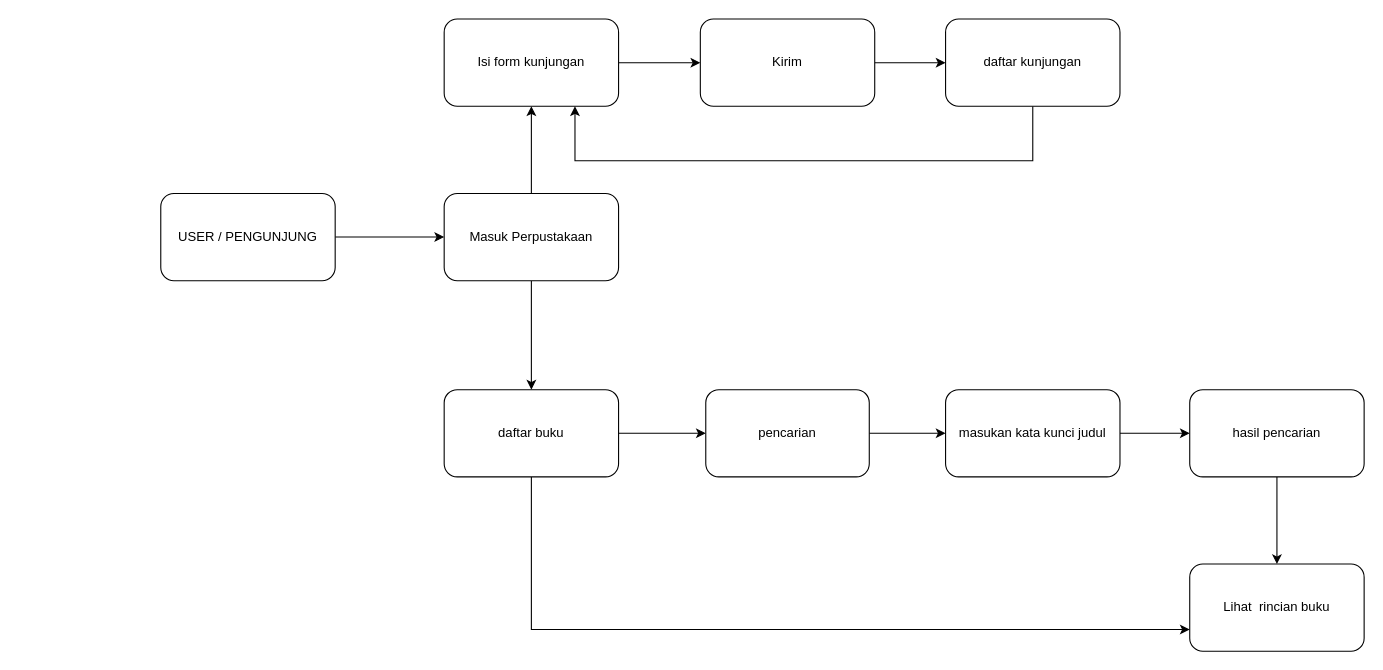
The draw.io diagram Untitled Diagram.drawio in Tejar456/tefa-perpusdigital, before the edit. Source tidied: cells renumbered, new cells numbered last; positions are measured from the earlier drawing's top-left corner, leaving out a move shared by most shapes. Both pictures are drawn from the tidied source at 109%, with x=0, y=0 at pixel (160, 19).
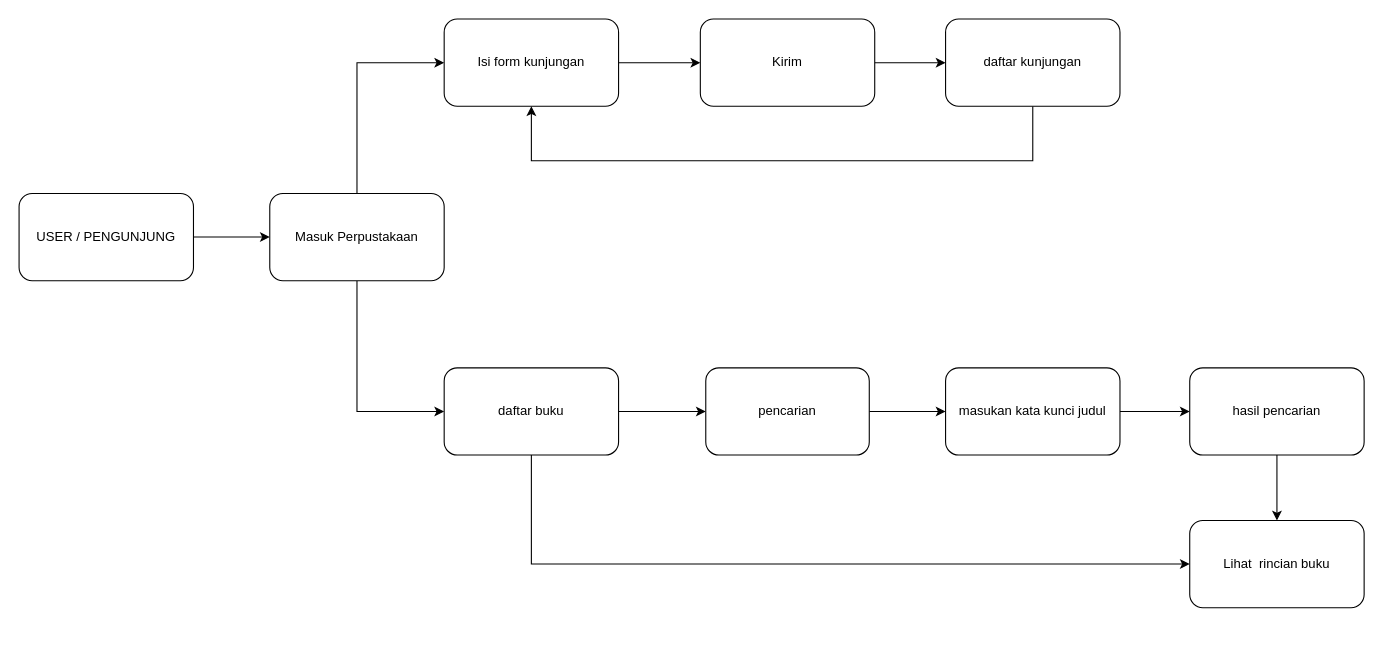
After the change.

The change refers to these unchanged cells:
```xml
<mxCell id="11" value="Isi form kunjungan" style="rounded=1;whiteSpace=wrap;html=1;" parent="1" vertex="1">
  <mxGeometry x="260" width="160" height="80" as="geometry" />
</mxCell>
<mxCell id="22" value="daftar kunjungan" style="rounded=1;whiteSpace=wrap;html=1;" parent="1" vertex="1">
  <mxGeometry x="720" width="160" height="80" as="geometry" />
</mxCell>
```

Change to the diagram source:
```diff
@@
     <mxCell id="3" value="USER / PENGUNJUNG" style="rounded=1;whiteSpace=wrap;html=1;" parent="1" vertex="1">
-      <mxGeometry y="160" width="160" height="80" as="geometry" />
+      <mxGeometry x="-130" y="160" width="160" height="80" as="geometry" />
     </mxCell>
+    <mxCell id="5" style="edgeStyle=orthogonalEdgeStyle;rounded=0;jettySize=auto;html=1;entryX=0;entryY=0.5;entryDx=0;entryDy=0;" parent="1" edge="1" source="6" target="9">
+      <mxGeometry relative="1" as="geometry" />
+    </mxCell>
-    <mxCell id="4" style="edgeStyle=orthogonalEdgeStyle;rounded=0;jettySize=auto;html=1;" parent="1" edge="1" source="6" target="11">
+    <mxCell id="4" style="edgeStyle=orthogonalEdgeStyle;rounded=0;jettySize=auto;html=1;entryX=0;entryY=0.5;entryDx=0;entryDy=0;" parent="1" edge="1" source="6" target="11">
       <mxGeometry relative="1" as="geometry" />
     </mxCell>
-    <mxCell id="5" style="edgeStyle=orthogonalEdgeStyle;rounded=0;jettySize=auto;html=1;exitX=0.5;exitY=1;exitDx=0;exitDy=0;entryX=0.5;entryY=0;entryDx=0;entryDy=0;" parent="1" edge="1" source="6" target="9">
-      <mxGeometry relative="1" as="geometry" />
-    </mxCell>
     <mxCell id="6" value="Masuk Perpustakaan" style="rounded=1;whiteSpace=wrap;html=1;" parent="1" vertex="1">
-      <mxGeometry x="260" y="160" width="160" height="80" as="geometry" />
+      <mxGeometry x="100" y="160" width="160" height="80" as="geometry" />
     </mxCell>
@@
-    <mxCell id="8" style="edgeStyle=orthogonalEdgeStyle;rounded=0;jettySize=auto;html=1;entryX=0;entryY=0.75;entryDx=0;entryDy=0;" parent="1" edge="1" source="9" target="18">
+    <mxCell id="8" style="edgeStyle=orthogonalEdgeStyle;rounded=0;jettySize=auto;html=1;entryX=0;entryY=0.5;entryDx=0;entryDy=0;" parent="1" edge="1" source="9" target="18">
       <mxGeometry relative="1" as="geometry">
         <Array as="points">
-          <mxPoint x="340" y="560" />
+          <mxPoint x="340" y="500" />
         </Array>
       </mxGeometry>
     </mxCell>
     <mxCell id="9" value="daftar buku" style="rounded=1;whiteSpace=wrap;html=1;" parent="1" vertex="1">
-      <mxGeometry x="260" y="340" width="160" height="80" as="geometry" />
+      <mxGeometry x="260" y="320" width="160" height="80" as="geometry" />
     </mxCell>
@@
     <mxCell id="13" value="pencarian" style="rounded=1;whiteSpace=wrap;html=1;" parent="1" vertex="1">
-      <mxGeometry x="500" y="340" width="150" height="80" as="geometry" />
+      <mxGeometry x="500" y="320" width="150" height="80" as="geometry" />
     </mxCell>
@@
     <mxCell id="15" value="masukan kata kunci judul" style="rounded=1;whiteSpace=wrap;html=1;" parent="1" vertex="1">
-      <mxGeometry x="720" y="340" width="160" height="80" as="geometry" />
+      <mxGeometry x="720" y="320" width="160" height="80" as="geometry" />
     </mxCell>
@@
     <mxCell id="17" value="hasil pencarian" style="rounded=1;whiteSpace=wrap;html=1;" parent="1" vertex="1">
-      <mxGeometry x="944" y="340" width="160" height="80" as="geometry" />
+      <mxGeometry x="944" y="320" width="160" height="80" as="geometry" />
     </mxCell>
     <mxCell id="18" value="Lihat&amp;nbsp; rincian buku" style="rounded=1;whiteSpace=wrap;html=1;" parent="1" vertex="1">
-      <mxGeometry x="944" y="500" width="160" height="80" as="geometry" />
+      <mxGeometry x="944" y="460" width="160" height="80" as="geometry" />
     </mxCell>
@@
-    <mxCell id="21" style="edgeStyle=orthogonalEdgeStyle;rounded=0;jettySize=auto;html=1;entryX=0.75;entryY=1;entryDx=0;entryDy=0;" parent="1" edge="1" source="22" target="11">
+    <mxCell id="21" style="edgeStyle=orthogonalEdgeStyle;rounded=0;jettySize=auto;html=1;entryX=0.5;entryY=1;entryDx=0;entryDy=0;" parent="1" edge="1" source="22" target="11">
       <mxGeometry relative="1" as="geometry">
         <Array as="points">
           <mxPoint x="800" y="130" />
-          <mxPoint x="380" y="130" />
+          <mxPoint x="340" y="130" />
         </Array>
       </mxGeometry>
     </mxCell>
```
